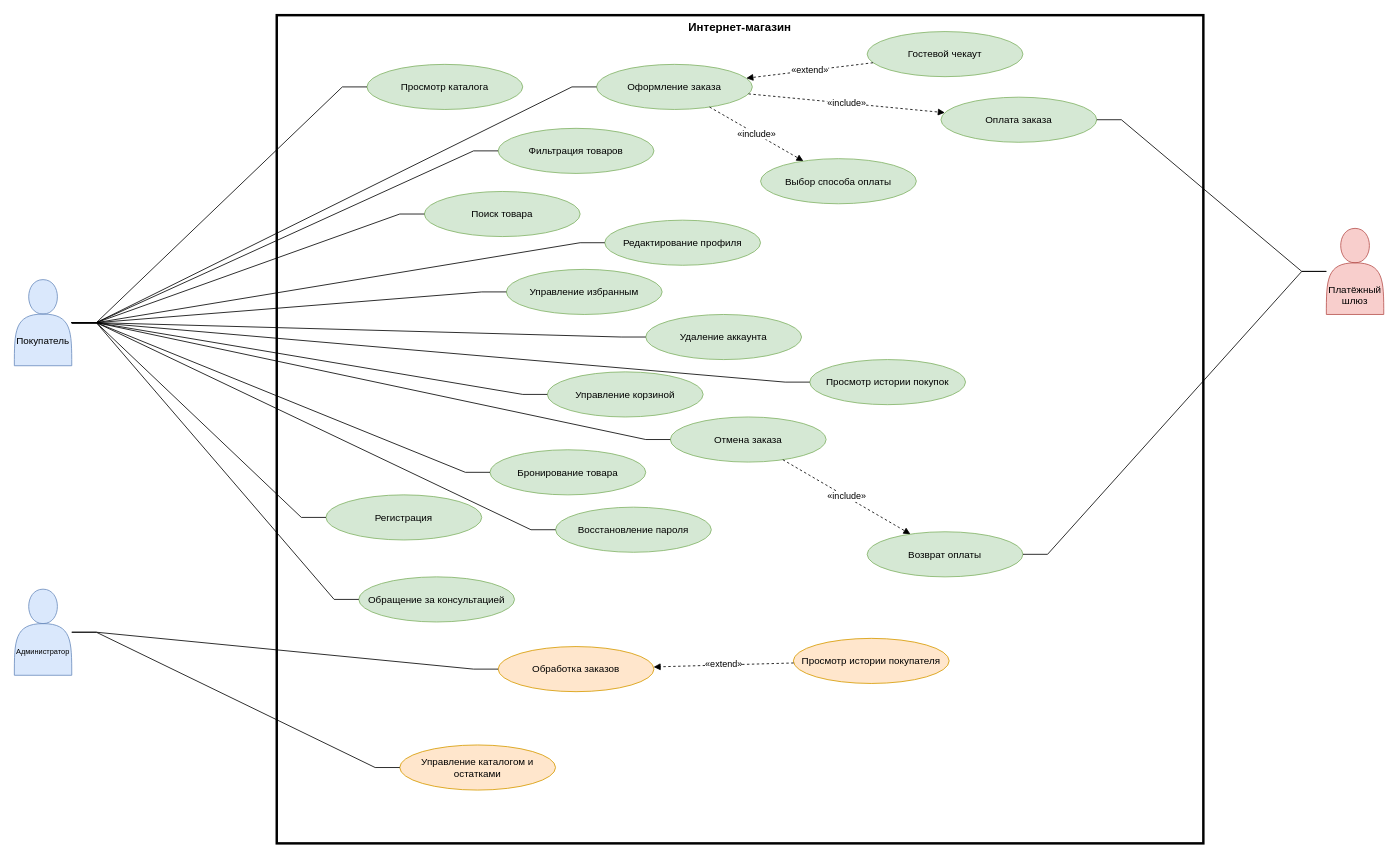
Above: 01-online-store/05-uml/use-case-diagram.drawio in Siubhan/SA-Portfolio (draw.io), before the change. Source tidied: cells renumbered, new cells numbered last; positions are measured from the earlier drawing's top-left corner, leaving out a move shared by most shapes. Both pictures are drawn from the tidied source at 82%, with x=0, y=0 at pixel (14, 15).
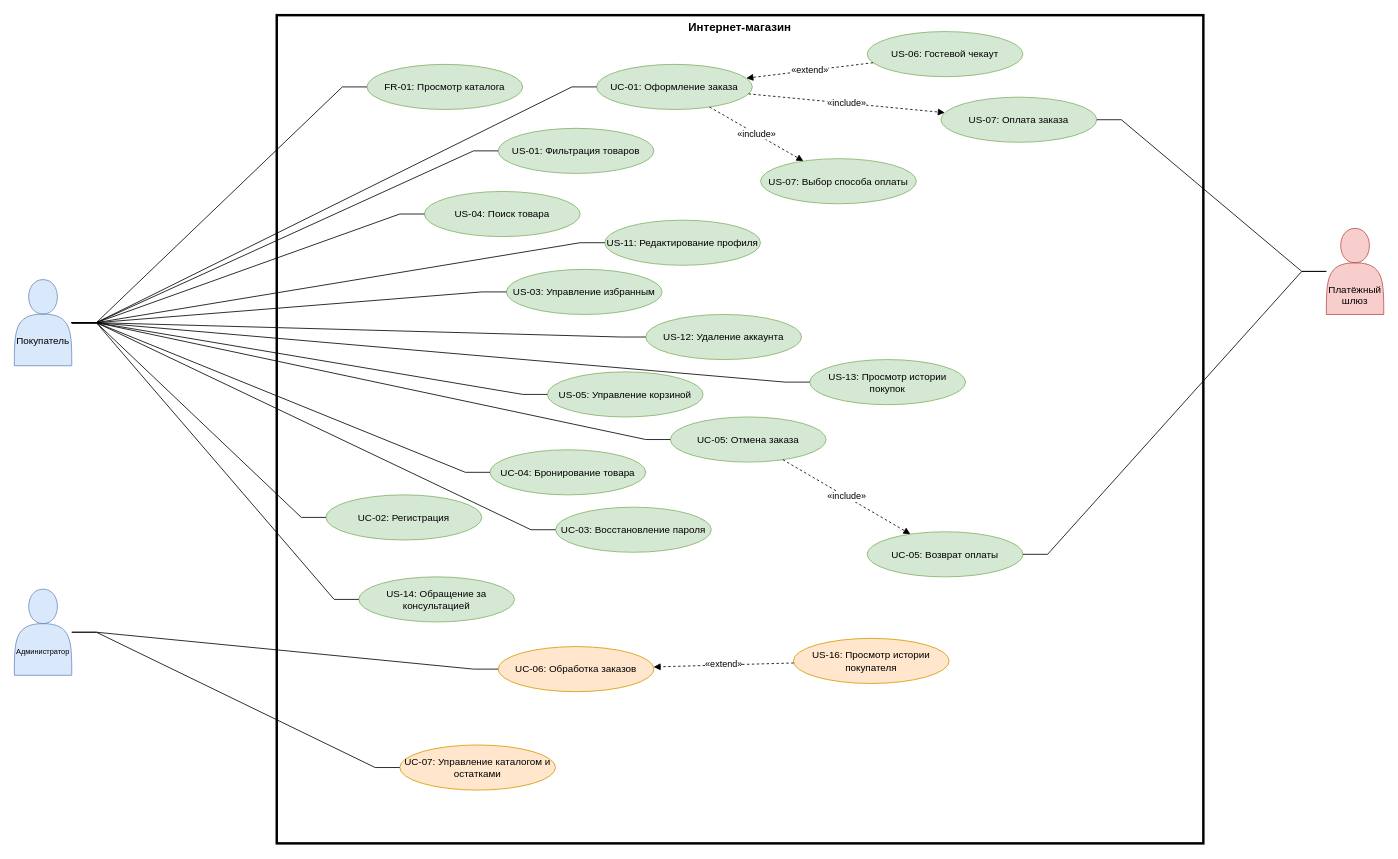
The same page after the edit.

The edit, as a diff of the source:
```diff
@@
-    <mxCell id="6" value="Просмотр каталога" style="ellipse;whiteSpace=wrap;html=1;fillColor=#d5e8d4;strokeColor=#82b366;" parent="1" vertex="1">
+    <mxCell id="6" value="FR-01: Просмотр каталога" style="ellipse;whiteSpace=wrap;html=1;fillColor=#d5e8d4;strokeColor=#82b366;" parent="1" vertex="1">
       <mxGeometry x="430" y="60" width="190" height="55" as="geometry" />
     </mxCell>
-    <mxCell id="7" value="Фильтрация товаров" style="ellipse;whiteSpace=wrap;html=1;fillColor=#d5e8d4;strokeColor=#82b366;" parent="1" vertex="1">
+    <mxCell id="7" value="US-01: Фильтрация товаров" style="ellipse;whiteSpace=wrap;html=1;fillColor=#d5e8d4;strokeColor=#82b366;" parent="1" vertex="1">
       <mxGeometry x="590" y="138" width="190" height="55" as="geometry" />
     </mxCell>
-    <mxCell id="8" value="Поиск товара" style="ellipse;whiteSpace=wrap;html=1;fillColor=#d5e8d4;strokeColor=#82b366;" parent="1" vertex="1">
+    <mxCell id="8" value="US-04: Поиск товара" style="ellipse;whiteSpace=wrap;html=1;fillColor=#d5e8d4;strokeColor=#82b366;" parent="1" vertex="1">
       <mxGeometry x="500" y="215" width="190" height="55" as="geometry" />
     </mxCell>
-    <mxCell id="9" value="Управление избранным" style="ellipse;whiteSpace=wrap;html=1;fillColor=#d5e8d4;strokeColor=#82b366;" parent="1" vertex="1">
+    <mxCell id="9" value="US-03: Управление избранным" style="ellipse;whiteSpace=wrap;html=1;fillColor=#d5e8d4;strokeColor=#82b366;" parent="1" vertex="1">
       <mxGeometry x="600" y="310" width="190" height="55" as="geometry" />
     </mxCell>
-    <mxCell id="10" value="Управление корзиной" style="ellipse;whiteSpace=wrap;html=1;fillColor=#d5e8d4;strokeColor=#82b366;" parent="1" vertex="1">
+    <mxCell id="10" value="US-05: Управление корзиной" style="ellipse;whiteSpace=wrap;html=1;fillColor=#d5e8d4;strokeColor=#82b366;" parent="1" vertex="1">
       <mxGeometry x="650" y="435" width="190" height="55" as="geometry" />
     </mxCell>
-    <mxCell id="11" value="Бронирование товара" style="ellipse;whiteSpace=wrap;html=1;fillColor=#d5e8d4;strokeColor=#82b366;" parent="1" vertex="1">
+    <mxCell id="11" value="UC-04: Бронирование товара" style="ellipse;whiteSpace=wrap;html=1;fillColor=#d5e8d4;strokeColor=#82b366;" parent="1" vertex="1">
       <mxGeometry x="580" y="530" width="190" height="55" as="geometry" />
     </mxCell>
-    <mxCell id="12" value="Обращение за консультацией" style="ellipse;whiteSpace=wrap;html=1;fillColor=#d5e8d4;strokeColor=#82b366;" parent="1" vertex="1">
+    <mxCell id="12" value="US-14: Обращение за консультацией" style="ellipse;whiteSpace=wrap;html=1;fillColor=#d5e8d4;strokeColor=#82b366;" parent="1" vertex="1">
       <mxGeometry x="420" y="685" width="190" height="55" as="geometry" />
     </mxCell>
-    <mxCell id="13" value="Оформление заказа" style="ellipse;whiteSpace=wrap;html=1;fillColor=#d5e8d4;strokeColor=#82b366;" parent="1" vertex="1">
+    <mxCell id="13" value="UC-01: Оформление заказа" style="ellipse;whiteSpace=wrap;html=1;fillColor=#d5e8d4;strokeColor=#82b366;" parent="1" vertex="1">
       <mxGeometry x="710" y="60" width="190" height="55" as="geometry" />
     </mxCell>
-    <mxCell id="14" value="Выбор способа оплаты" style="ellipse;whiteSpace=wrap;html=1;fillColor=#d5e8d4;strokeColor=#82b366;" parent="1" vertex="1">
+    <mxCell id="14" value="US-07: Выбор способа оплаты" style="ellipse;whiteSpace=wrap;html=1;fillColor=#d5e8d4;strokeColor=#82b366;" parent="1" vertex="1">
       <mxGeometry x="910" y="175" width="190" height="55" as="geometry" />
     </mxCell>
-    <mxCell id="15" value="Оплата заказа" style="ellipse;whiteSpace=wrap;html=1;fillColor=#d5e8d4;strokeColor=#82b366;" parent="1" vertex="1">
+    <mxCell id="15" value="US-07: Оплата заказа" style="ellipse;whiteSpace=wrap;html=1;fillColor=#d5e8d4;strokeColor=#82b366;" parent="1" vertex="1">
       <mxGeometry x="1130" y="100" width="190" height="55" as="geometry" />
     </mxCell>
-    <mxCell id="16" value="Гостевой чекаут" style="ellipse;whiteSpace=wrap;html=1;fillColor=#d5e8d4;strokeColor=#82b366;" parent="1" vertex="1">
+    <mxCell id="16" value="US-06: Гостевой чекаут" style="ellipse;whiteSpace=wrap;html=1;fillColor=#d5e8d4;strokeColor=#82b366;" parent="1" vertex="1">
       <mxGeometry x="1040" y="20" width="190" height="55" as="geometry" />
     </mxCell>
-    <mxCell id="17" value="Отмена заказа" style="ellipse;whiteSpace=wrap;html=1;fillColor=#d5e8d4;strokeColor=#82b366;" parent="1" vertex="1">
+    <mxCell id="17" value="UC-05: Отмена заказа" style="ellipse;whiteSpace=wrap;html=1;fillColor=#d5e8d4;strokeColor=#82b366;" parent="1" vertex="1">
       <mxGeometry x="800" y="490" width="190" height="55" as="geometry" />
     </mxCell>
-    <mxCell id="18" value="Возврат оплаты" style="ellipse;whiteSpace=wrap;html=1;fillColor=#d5e8d4;strokeColor=#82b366;" parent="1" vertex="1">
+    <mxCell id="18" value="UC-05: Возврат оплаты" style="ellipse;whiteSpace=wrap;html=1;fillColor=#d5e8d4;strokeColor=#82b366;" parent="1" vertex="1">
       <mxGeometry x="1040" y="630" width="190" height="55" as="geometry" />
     </mxCell>
-    <mxCell id="19" value="Регистрация" style="ellipse;whiteSpace=wrap;html=1;fillColor=#d5e8d4;strokeColor=#82b366;" parent="1" vertex="1">
+    <mxCell id="19" value="UC-02: Регистрация" style="ellipse;whiteSpace=wrap;html=1;fillColor=#d5e8d4;strokeColor=#82b366;" parent="1" vertex="1">
       <mxGeometry x="380" y="585" width="190" height="55" as="geometry" />
     </mxCell>
-    <mxCell id="20" value="Восстановление пароля" style="ellipse;whiteSpace=wrap;html=1;fillColor=#d5e8d4;strokeColor=#82b366;" parent="1" vertex="1">
+    <mxCell id="20" value="UC-03: Восстановление пароля" style="ellipse;whiteSpace=wrap;html=1;fillColor=#d5e8d4;strokeColor=#82b366;" parent="1" vertex="1">
       <mxGeometry x="660" y="600" width="190" height="55" as="geometry" />
     </mxCell>
-    <mxCell id="21" value="Редактирование профиля" style="ellipse;whiteSpace=wrap;html=1;fillColor=#d5e8d4;strokeColor=#82b366;" parent="1" vertex="1">
+    <mxCell id="21" value="US-11: Редактирование профиля" style="ellipse;whiteSpace=wrap;html=1;fillColor=#d5e8d4;strokeColor=#82b366;" parent="1" vertex="1">
       <mxGeometry x="720" y="250" width="190" height="55" as="geometry" />
     </mxCell>
-    <mxCell id="22" value="Удаление аккаунта" style="ellipse;whiteSpace=wrap;html=1;fillColor=#d5e8d4;strokeColor=#82b366;" parent="1" vertex="1">
+    <mxCell id="22" value="US-12: Удаление аккаунта" style="ellipse;whiteSpace=wrap;html=1;fillColor=#d5e8d4;strokeColor=#82b366;" parent="1" vertex="1">
       <mxGeometry x="770" y="365" width="190" height="55" as="geometry" />
     </mxCell>
-    <mxCell id="23" value="Просмотр истории покупок" style="ellipse;whiteSpace=wrap;html=1;fillColor=#d5e8d4;strokeColor=#82b366;" parent="1" vertex="1">
+    <mxCell id="23" value="US-13: Просмотр истории покупок" style="ellipse;whiteSpace=wrap;html=1;fillColor=#d5e8d4;strokeColor=#82b366;" parent="1" vertex="1">
       <mxGeometry x="970" y="420" width="190" height="55" as="geometry" />
     </mxCell>
-    <mxCell id="24" value="Управление каталогом и остатками" style="ellipse;whiteSpace=wrap;html=1;fillColor=#ffe6cc;strokeColor=#d79b00;" parent="1" vertex="1">
+    <mxCell id="24" value="UC-07: Управление каталогом и остатками" style="ellipse;whiteSpace=wrap;html=1;fillColor=#ffe6cc;strokeColor=#d79b00;" parent="1" vertex="1">
       <mxGeometry x="470" y="890" width="190" height="55" as="geometry" />
     </mxCell>
-    <mxCell id="25" value="Обработка заказов" style="ellipse;whiteSpace=wrap;html=1;fillColor=#ffe6cc;strokeColor=#d79b00;" parent="1" vertex="1">
+    <mxCell id="25" value="UC-06: Обработка заказов" style="ellipse;whiteSpace=wrap;html=1;fillColor=#ffe6cc;strokeColor=#d79b00;" parent="1" vertex="1">
       <mxGeometry x="590" y="770" width="190" height="55" as="geometry" />
     </mxCell>
-    <mxCell id="26" value="Просмотр истории покупателя" style="ellipse;whiteSpace=wrap;html=1;fillColor=#ffe6cc;strokeColor=#d79b00;" parent="1" vertex="1">
+    <mxCell id="26" value="US-16: Просмотр истории покупателя" style="ellipse;whiteSpace=wrap;html=1;fillColor=#ffe6cc;strokeColor=#d79b00;" parent="1" vertex="1">
       <mxGeometry x="950" y="760" width="190" height="55" as="geometry" />
     </mxCell>
```
